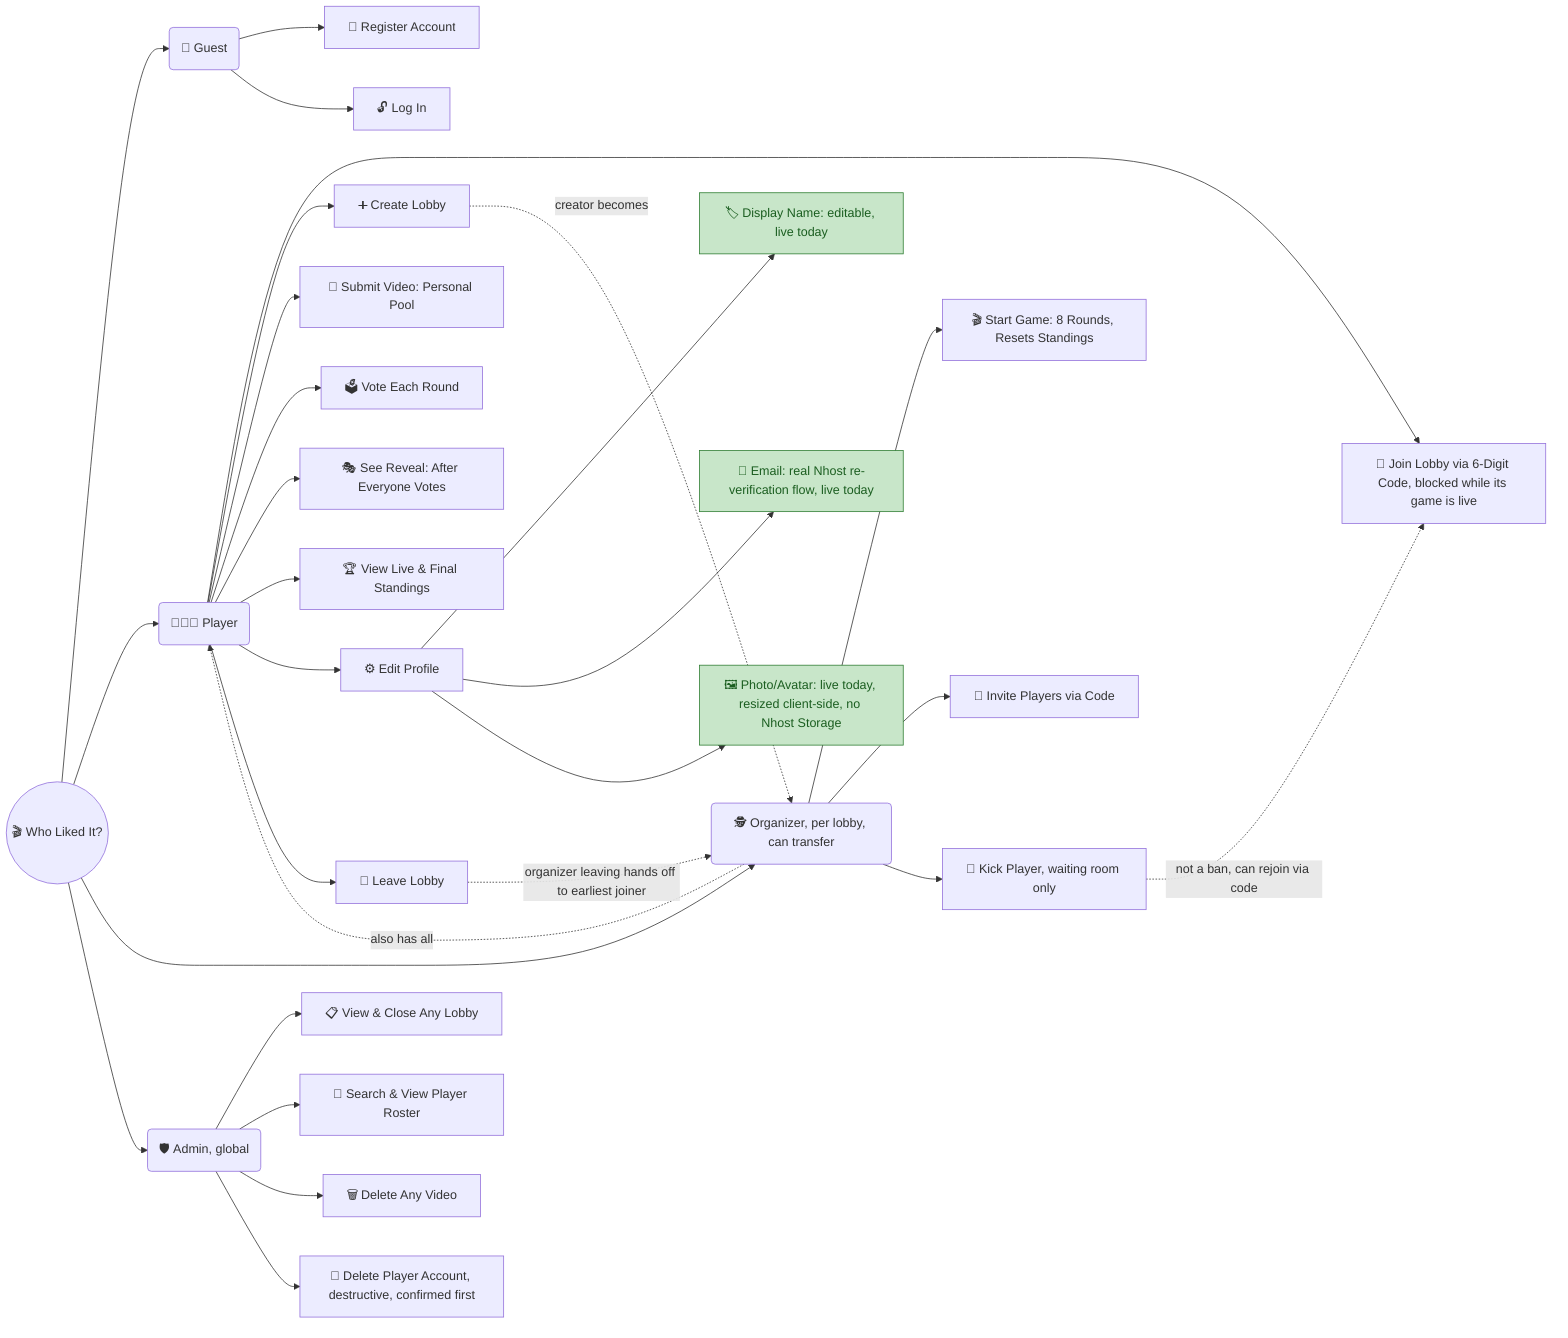
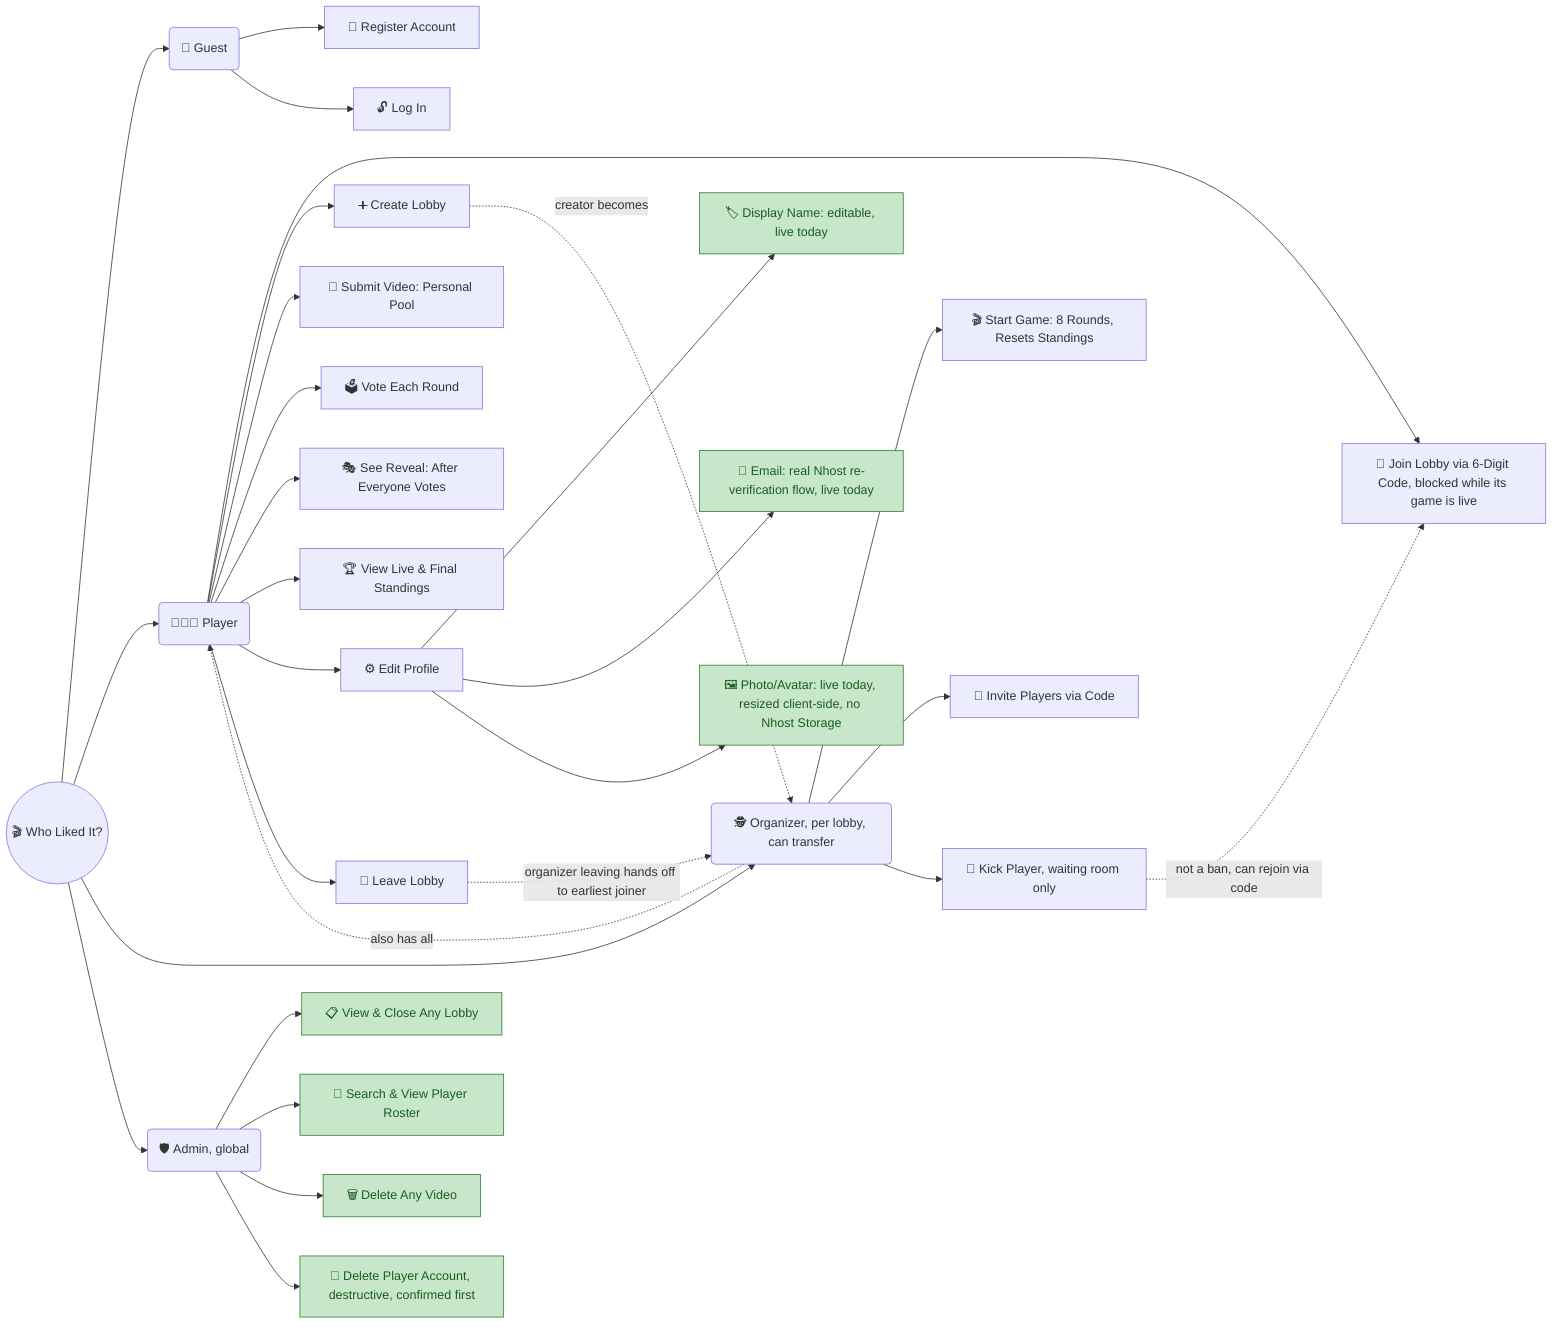
graph LR
  Root((🎬 Who Liked It?))

  Root --> Guest(🧍 Guest)
  Guest --> G1[📝 Register Account]
  Guest --> G2[🔓 Log In]

  Root --> Player(🧑‍🤝‍🧑 Player)
  Player --> P1[🔑 Join Lobby via 6-Digit Code, blocked while its game is live]
  Player --> P2[➕ Create Lobby]
  Player --> P3[📼 Submit Video: Personal Pool]
  Player --> P4[🗳️ Vote Each Round]
  Player --> P5[🎭 See Reveal: After Everyone Votes]
  Player --> P6[🏆 View Live &amp; Final Standings]
  Player --> P7[⚙️ Edit Profile]
  P7 --> P7a[🏷️ Display Name: editable, live today]
  P7 --> P7b[📧 Email: real Nhost re-verification flow, live today]
  P7 --> P7c[🖼️ Photo/Avatar: live today, resized client-side, no Nhost Storage]
  Player --> P8[🚪 Leave Lobby]

  Root --> Organizer(🕵️ Organizer, per lobby, can transfer)
  Organizer --> O1[🎬 Start Game: 8 Rounds, Resets Standings]
  Organizer --> O2[📣 Invite Players via Code]
  Organizer --> O3[👢 Kick Player, waiting room only]
  Organizer -.->|also has all| Player
  P2 -.->|creator becomes| Organizer
  P8 -.->|organizer leaving hands off to earliest joiner| Organizer
  O3 -.->|not a ban, can rejoin via code| P1

  Root --> Admin(🛡️ Admin, global)
  Admin --> A1[📋 View &amp; Close Any Lobby]
  Admin --> A2[👥 Search &amp; View Player Roster]
  Admin --> A3[🗑️ Delete Any Video]
  Admin --> A4[🚫 Delete Player Account, destructive, confirmed first]

  classDef live fill:#c8e6c9,stroke:#2e7d32,color:#1b5e20
-   class P7a,P7b,P7c live
+   class P7a,P7b,P7c,A1,A2,A3,A4 live
